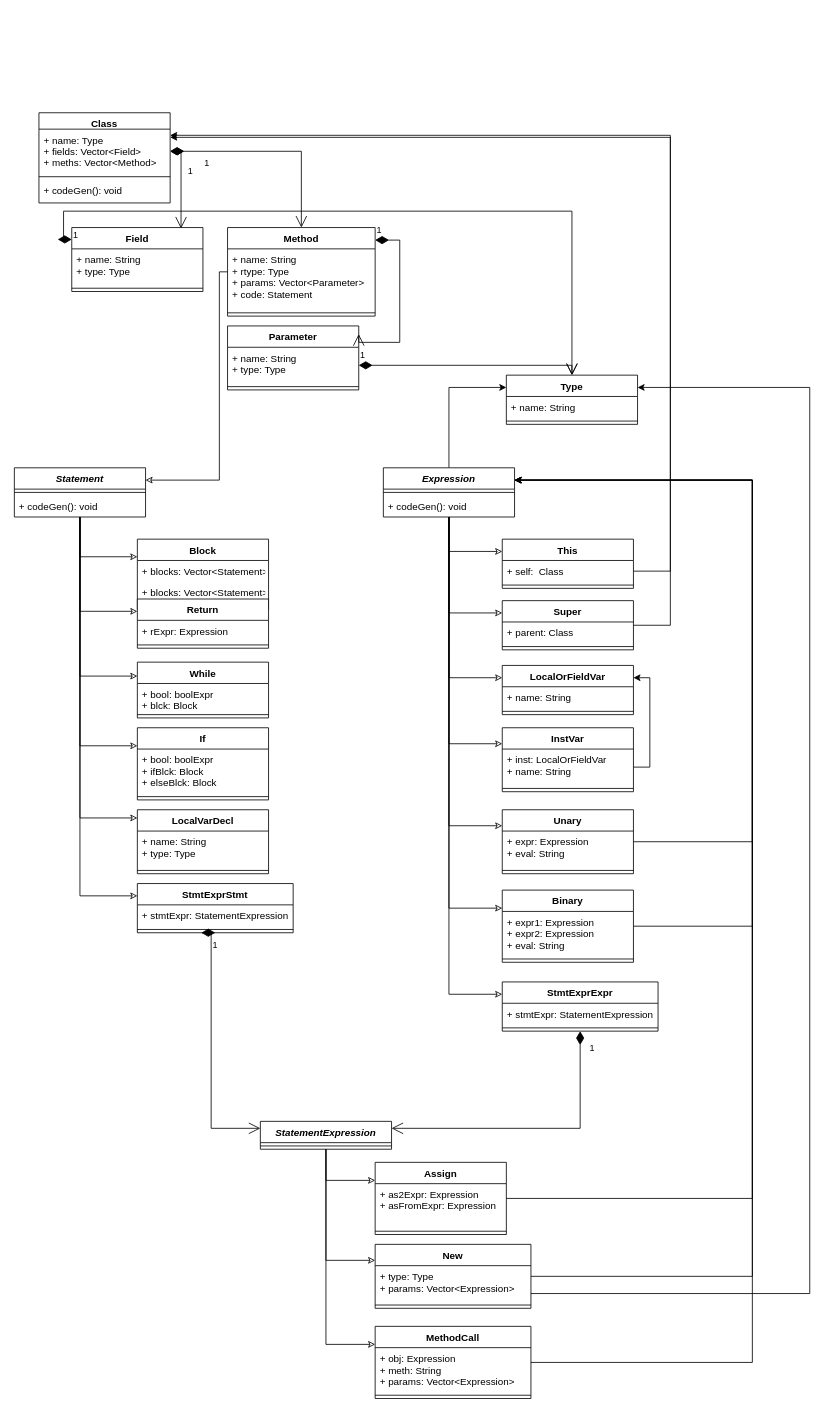
The draw.io diagram docs/mini-java_UML.drawio in tkpf/MiniJavaCompiler, before the edit. Source tidied: cells renumbered, new cells numbered last; positions are measured from the earlier drawing's top-left corner, leaving out a move shared by most shapes. Both pictures are drawn from the tidied source at 82%, with x=0, y=0 at pixel (14, 112).
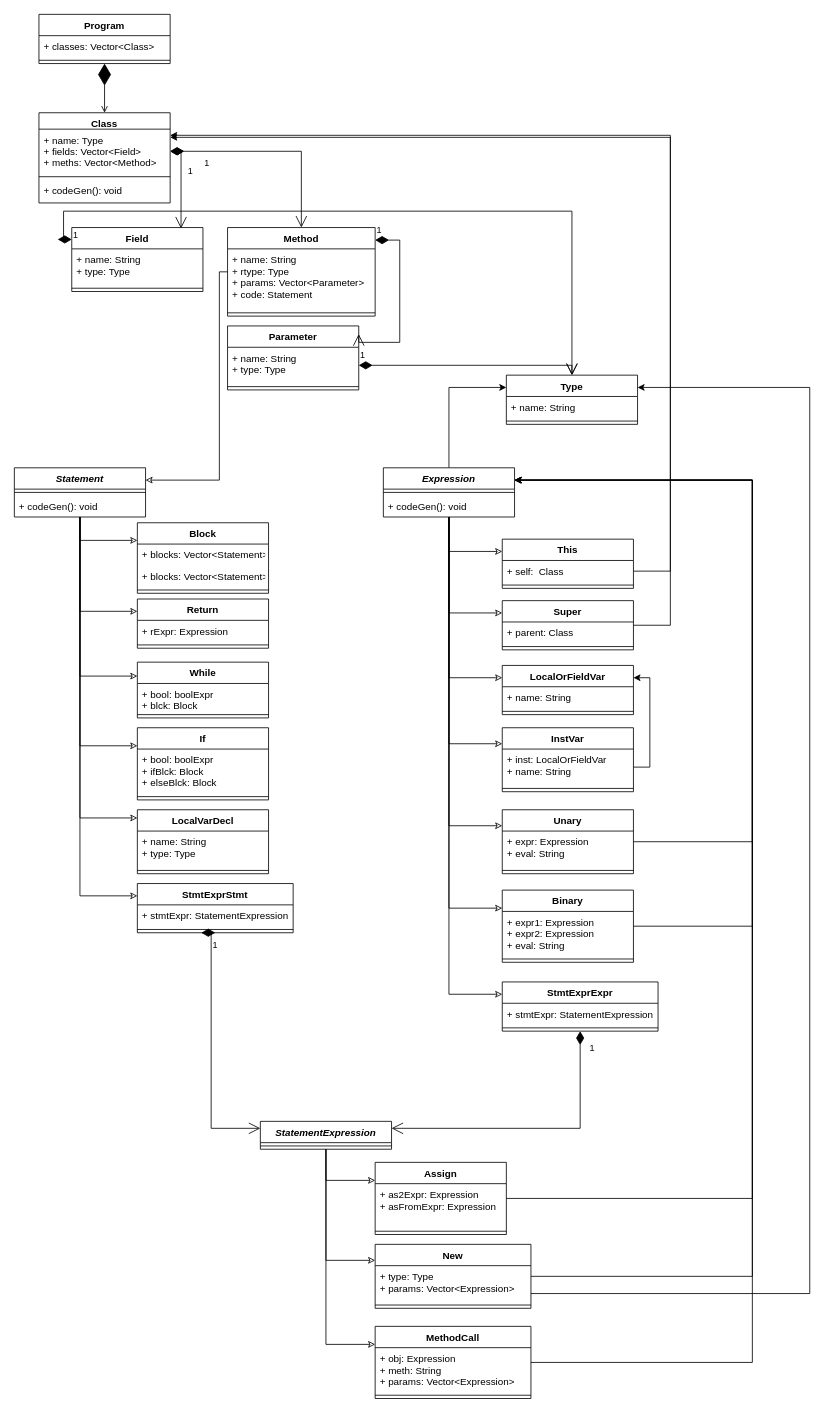
The same page after the edit.

Commit message (it also covers changes not shown here):
Klasse "Program" hinzugefügt

The change refers to these unchanged cells:
```xml
<mxCell id="2" value="Class" style="swimlane;fontStyle=1;align=center;verticalAlign=top;horizontal=1;startSize=20;" parent="1" vertex="1">
  <mxGeometry x="30" width="160" height="110" as="geometry" />
</mxCell>
```

What changed in the source:
```diff
@@
     <mxCell id="36" value="Block" style="swimlane;fontStyle=1;align=center;verticalAlign=top;horizontal=1;startSize=26;" parent="1" vertex="1">
-      <mxGeometry x="150" y="520" width="160" height="86" as="geometry" />
+      <mxGeometry x="150" y="500" width="160" height="86" as="geometry" />
     </mxCell>
@@
+    <mxCell id="109" value="Program" style="swimlane;fontStyle=1;align=center;verticalAlign=top;horizontal=1;startSize=26;" parent="1" vertex="1">
+      <mxGeometry x="30" y="-120" width="160" height="60" as="geometry" />
+    </mxCell>
+    <mxCell id="110" value="+ classes: Vector&lt;Class&gt;" style="text;strokeColor=none;fillColor=none;align=left;verticalAlign=top;spacingLeft=4;spacingRight=4;overflow=hidden;" parent="109" vertex="1">
+      <mxGeometry y="26" width="160" height="26" as="geometry" />
+    </mxCell>
+    <mxCell id="111" style="line;strokeWidth=1;fillColor=none;align=left;verticalAlign=middle;spacingTop=-1;spacingLeft=3;spacingRight=3;labelPosition=right;strokeColor=inherit;" parent="109" vertex="1">
+      <mxGeometry y="52" width="160" height="8" as="geometry" />
+    </mxCell>
+    <mxCell id="112" style="endArrow=diamondThin;endFill=1;endSize=24;html=1;rounded=0;exitX=0.5;exitY=0;exitDx=0;exitDy=0;startArrow=open;startFill=0;" parent="1" edge="1" source="2" target="109">
+      <mxGeometry relative="1" as="geometry" />
+    </mxCell>
```
